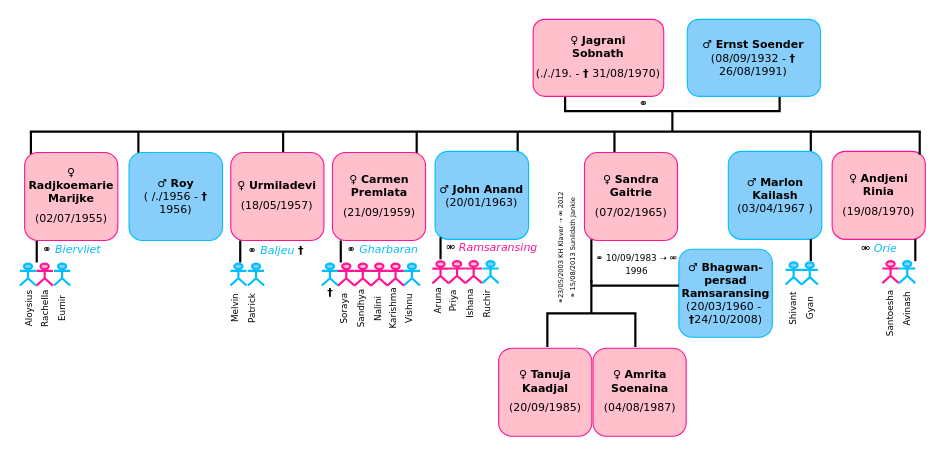
Earlier version of the draw.io diagram Sobnath.drawio (Kaadjal/Kaadjal). Source tidied: cells renumbered, new cells numbered last; positions are measured from the earlier drawing's top-left corner, leaving out a move shared by most shapes. Both pictures are drawn from the tidied source at 110%, with x=0, y=0 at pixel (7, 3).
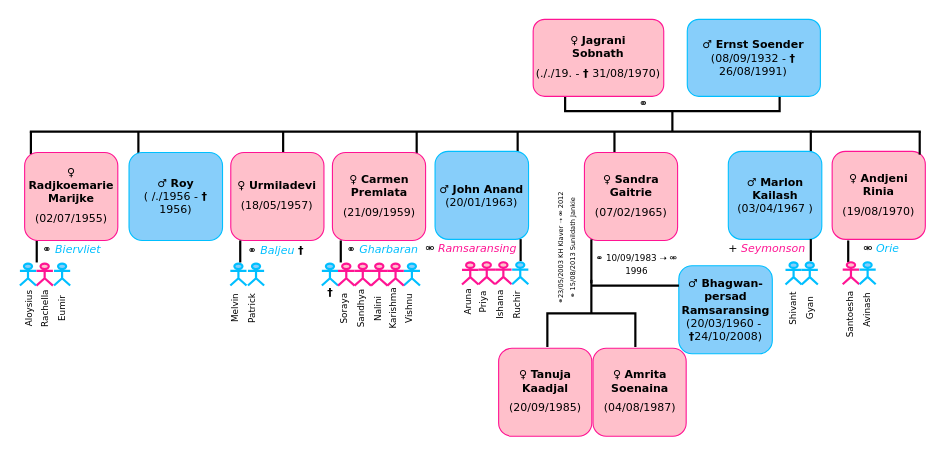
The same diagram, later.

Change to the diagram source:
```diff
@@
     <mxCell id="29" value="&lt;div&gt;&lt;font style=&quot;font-size: 10px;&quot; face=&quot;Verdana&quot;&gt;♂ &lt;b&gt;Bhagwan-persad Ramsaransing&lt;/b&gt;&lt;br&gt;&lt;/font&gt;&lt;/div&gt;&lt;div&gt;&lt;font style=&quot;font-size: 10px;&quot; face=&quot;Verdana&quot;&gt;(20/03/1960 -&amp;nbsp; &lt;/font&gt;&lt;font style=&quot;font-size: 10px;&quot; face=&quot;Verdana&quot;&gt;&lt;font style=&quot;font-size: 10px;&quot; size=&quot;3&quot;&gt;&lt;b&gt;†&lt;/b&gt;24/10/2008&lt;/font&gt;)&lt;/font&gt;&lt;/div&gt;" style="rounded=1;whiteSpace=wrap;html=1;fillStyle=auto;strokeColor=#00BFFF;fillColor=#87CEFA;gradientColor=none;fontFamily=Verdana;fontSize=10;fontColor=#000000;" parent="1" vertex="1">
-      <mxGeometry x="610.6" y="223.1" width="85" height="80" as="geometry" />
+      <mxGeometry x="610.6" y="238.1" width="85" height="80" as="geometry" />
     </mxCell>
@@
     <mxCell id="57" value="&lt;span lang=&quot;EN-US&quot;&gt;&lt;span lang=&quot;EN-US&quot;&gt;⚮&lt;/span&gt; &lt;font color=&quot;#FF1493&quot;&gt;&lt;i&gt;Ramsaransing&lt;/i&gt;&lt;/font&gt;&lt;/span&gt;" style="text;html=1;strokeColor=none;fillColor=none;align=center;verticalAlign=middle;whiteSpace=wrap;overflow=hidden;fillStyle=auto;fontFamily=Verdana;fontSize=10;opacity=50;fontColor=#000000;" parent="1" vertex="1">
-      <mxGeometry x="390.6" y="207.1" width="100" height="28" as="geometry" />
+      <mxGeometry x="371.8" y="208.1" width="100" height="28" as="geometry" />
     </mxCell>
     <mxCell id="58" style="line;strokeWidth=2;direction=south;html=1;fillStyle=auto;fontFamily=Verdana;fontSize=10;fillColor=#87CEFA;gradientColor=none;fontColor=#000000;" parent="1" vertex="1">
-      <mxGeometry x="389" y="212.2" width="10" height="20" as="geometry" />
+      <mxGeometry x="461.8" y="213.9" width="10" height="20" as="geometry" />
     </mxCell>
@@
     <mxCell id="60" style="line;strokeWidth=2;direction=south;html=1;fillStyle=auto;fontFamily=Verdana;fontSize=10;fillColor=#87CEFA;gradientColor=none;fontColor=#000000;" parent="1" vertex="1">
-      <mxGeometry x="820.6" y="213.9" width="10" height="20" as="geometry" />
+      <mxGeometry x="759.6" y="215.1" width="10" height="20" as="geometry" />
     </mxCell>
     <mxCell id="61" style="shape=umlActor;verticalLabelPosition=bottom;verticalAlign=top;html=1;fillStyle=auto;fontFamily=Verdana;fontSize=10;fontColor=#000000;strokeColor=#FF1493;strokeWidth=2;fillColor=#FFC0CB;gradientColor=none;" parent="1" vertex="1">
-      <mxGeometry x="401.5" y="233.9" width="15" height="20" as="geometry" />
+      <mxGeometry x="428.5" y="234.9" width="15" height="20" as="geometry" />
     </mxCell>
     <mxCell id="62" style="shape=umlActor;verticalLabelPosition=bottom;verticalAlign=top;html=1;fillStyle=auto;fontFamily=Verdana;fontSize=10;fontColor=#000000;strokeColor=#FF1493;strokeWidth=2;fillColor=#FFC0CB;gradientColor=none;" parent="1" vertex="1">
-      <mxGeometry x="386.5" y="234.1" width="15" height="20" as="geometry" />
+      <mxGeometry x="413.5" y="235.1" width="15" height="20" as="geometry" />
     </mxCell>
     <mxCell id="63" style="shape=umlActor;verticalLabelPosition=bottom;verticalAlign=top;html=1;fillStyle=auto;fontFamily=Verdana;fontSize=10;fontColor=#000000;strokeColor=#FF1493;strokeWidth=2;fillColor=#FFC0CB;gradientColor=none;" parent="1" vertex="1">
-      <mxGeometry x="416.6" y="233.9" width="15" height="20" as="geometry" />
+      <mxGeometry x="443.6" y="234.9" width="15" height="20" as="geometry" />
     </mxCell>
     <mxCell id="64" value="&lt;div align=&quot;center&quot;&gt;&lt;br&gt;&lt;/div&gt;" style="shape=umlActor;verticalLabelPosition=bottom;verticalAlign=top;html=1;fillStyle=auto;fontFamily=Verdana;fontSize=10;fontColor=#000000;strokeColor=#00BFFF;strokeWidth=2;fillColor=#87CEFA;gradientColor=none;align=center;" parent="1" vertex="1">
-      <mxGeometry x="432.1" y="233.9" width="14.7" height="20" as="geometry" />
+      <mxGeometry x="459.1" y="234.9" width="14.7" height="20" as="geometry" />
     </mxCell>
@@
     <mxCell id="67" style="shape=umlActor;verticalLabelPosition=bottom;verticalAlign=top;html=1;fillStyle=auto;fontFamily=Verdana;fontSize=10;fontColor=#000000;strokeColor=#FF1493;strokeWidth=2;fillColor=#FFC0CB;gradientColor=none;" parent="1" vertex="1">
-      <mxGeometry x="795.6" y="233.9" width="15" height="20" as="geometry" />
+      <mxGeometry x="759.6" y="234.9" width="15" height="20" as="geometry" />
     </mxCell>
     <mxCell id="68" value="&lt;div align=&quot;center&quot;&gt;&lt;br&gt;&lt;/div&gt;" style="shape=umlActor;verticalLabelPosition=bottom;verticalAlign=top;html=1;fillStyle=auto;fontFamily=Verdana;fontSize=10;fontColor=#000000;strokeColor=#00BFFF;strokeWidth=2;fillColor=#87CEFA;gradientColor=none;align=center;" parent="1" vertex="1">
-      <mxGeometry x="810.9" y="233.9" width="14.7" height="20" as="geometry" />
+      <mxGeometry x="774.9" y="234.9" width="14.7" height="20" as="geometry" />
     </mxCell>
     <mxCell id="69" value="Aruna" style="text;html=1;strokeColor=none;fillColor=none;align=center;verticalAlign=middle;whiteSpace=wrap;rounded=0;fillStyle=auto;fontFamily=Verdana;fontSize=8;fontColor=#000000;rotation=-90;" parent="1" vertex="1">
-      <mxGeometry x="372" y="261.1" width="40" height="18" as="geometry" />
+      <mxGeometry x="399" y="262.1" width="40" height="18" as="geometry" />
     </mxCell>
     <mxCell id="70" value="Priya" style="text;html=1;strokeColor=none;fillColor=none;align=center;verticalAlign=middle;whiteSpace=wrap;rounded=0;fillStyle=auto;fontFamily=Verdana;fontSize=8;fontColor=#000000;rotation=-90;" parent="1" vertex="1">
-      <mxGeometry x="386" y="261.1" width="40" height="18" as="geometry" />
+      <mxGeometry x="413" y="262.1" width="40" height="18" as="geometry" />
     </mxCell>
     <mxCell id="71" value="Ishana" style="text;html=1;strokeColor=none;fillColor=none;align=center;verticalAlign=middle;whiteSpace=wrap;rounded=0;fillStyle=auto;fontFamily=Verdana;fontSize=8;fontColor=#000000;rotation=-90;" parent="1" vertex="1">
-      <mxGeometry x="401.5" y="264.1" width="40" height="18" as="geometry" />
+      <mxGeometry x="428.5" y="265.1" width="40" height="18" as="geometry" />
     </mxCell>
     <mxCell id="72" value="Ruchir" style="text;html=1;strokeColor=none;fillColor=none;align=center;verticalAlign=middle;whiteSpace=wrap;rounded=0;fillStyle=auto;fontFamily=Verdana;fontSize=8;fontColor=#000000;rotation=-90;" parent="1" vertex="1">
-      <mxGeometry x="416.8" y="264.1" width="40" height="18" as="geometry" />
+      <mxGeometry x="443.8" y="265.1" width="40" height="18" as="geometry" />
     </mxCell>
@@
     <mxCell id="75" value="Santoesha" style="text;html=1;strokeColor=none;fillColor=none;align=center;verticalAlign=middle;whiteSpace=wrap;rounded=0;fillStyle=auto;fontFamily=Verdana;fontSize=8;fontColor=#000000;rotation=-90;" parent="1" vertex="1">
-      <mxGeometry x="783.1" y="272.4" width="40" height="18" as="geometry" />
+      <mxGeometry x="747.1" y="273.4" width="40" height="18" as="geometry" />
     </mxCell>
     <mxCell id="76" value="Avinash" style="text;html=1;strokeColor=none;fillColor=none;align=center;verticalAlign=middle;whiteSpace=wrap;rounded=0;fillStyle=auto;fontFamily=Verdana;fontSize=8;fontColor=#000000;rotation=-90;" parent="1" vertex="1">
-      <mxGeometry x="798.3" y="268.1" width="40" height="18" as="geometry" />
+      <mxGeometry x="762.3" y="269.1" width="40" height="18" as="geometry" />
     </mxCell>
     <mxCell id="77" value="&lt;font color=&quot;#000000&quot;&gt;&lt;span lang=&quot;EN-US&quot;&gt;&lt;span lang=&quot;EN-US&quot;&gt;⚮&lt;/span&gt;&lt;/span&gt;&lt;span lang=&quot;EN-US&quot;&gt;&lt;/span&gt;&lt;/font&gt; &lt;i&gt;&lt;font color=&quot;#00BFFF&quot;&gt;Orie&lt;/font&gt;&lt;/i&gt;" style="text;html=1;strokeColor=none;fillColor=none;align=center;verticalAlign=middle;whiteSpace=wrap;overflow=hidden;fillStyle=auto;fontFamily=Verdana;fontSize=10;opacity=50;fontColor=#FF1493;" parent="1" vertex="1">
-      <mxGeometry x="760.2" y="211.2" width="66.2" height="22" as="geometry" />
+      <mxGeometry x="762.3" y="211.2" width="66.2" height="22" as="geometry" />
     </mxCell>
@@
+    <mxCell id="80" value="&lt;span lang=&quot;EN-US&quot;&gt;&lt;span lang=&quot;EN-US&quot;&gt;+&lt;/span&gt; &lt;font color=&quot;#FF1493&quot;&gt;&lt;i&gt;Seymonson&lt;/i&gt;&lt;/font&gt;&lt;/span&gt;" style="text;html=1;strokeColor=none;fillColor=none;align=center;verticalAlign=middle;whiteSpace=wrap;overflow=hidden;fillStyle=auto;fontFamily=Verdana;fontSize=10;opacity=50;fontColor=#000000;" parent="1" vertex="1">
+      <mxGeometry x="640.6" y="208.2" width="100" height="28" as="geometry" />
+    </mxCell>
```
